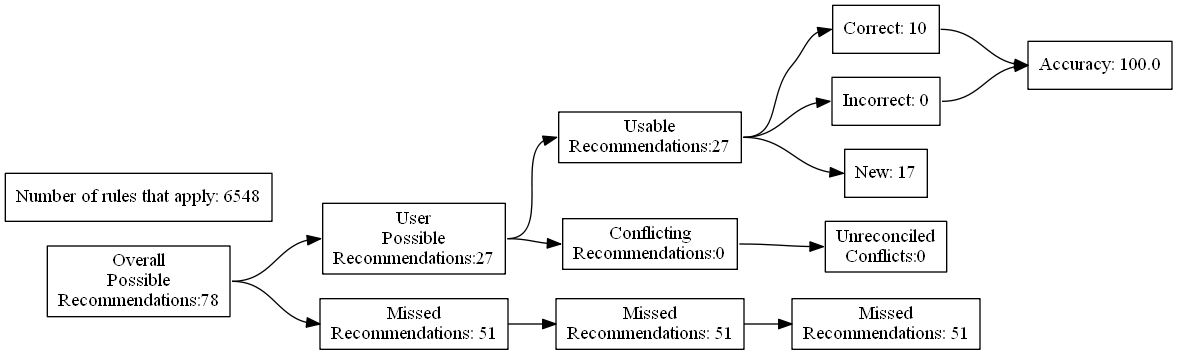
Above: test_renders/34.gv.png in ZaxR/ibd_diet_analysis (Graphviz), before the change. Its source is kept beside it as test_renders/34.gv.
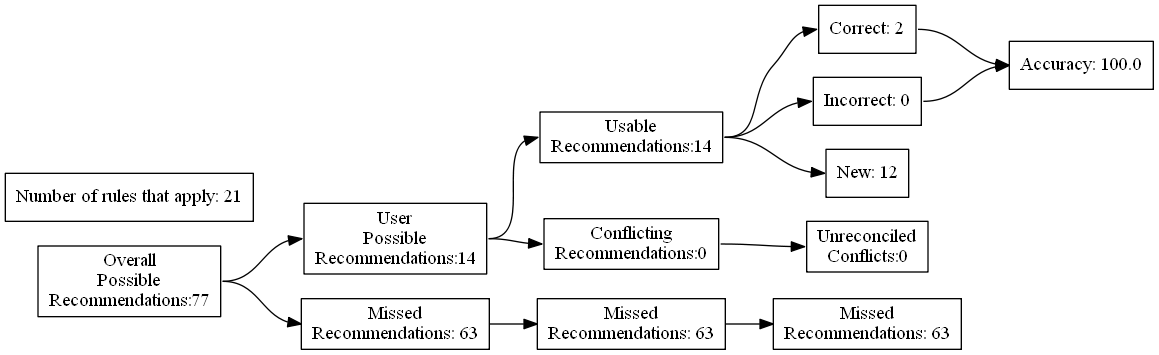
After the commit.

Change to the diagram source:
```diff
@@ -4,27 +4,27 @@
 	edge [headport=w tailport=e]
 		A [label="Overall
 Possible
-Recommendations:78"]
+Recommendations:77"]
 		B [label="User
 Possible
-Recommendations:27"]
+Recommendations:14"]
 		C [label="Missed
-Recommendations: 51"]
+Recommendations: 63"]
 		D [label="Usable
-Recommendations:27"]
+Recommendations:14"]
 		E [label="Conflicting
 Recommendations:0"]
 		J [label="Missed
-Recommendations: 51"]
+Recommendations: 63"]
 		M [label="Unreconciled
 Conflicts:0"]
-		F [label="Correct: 10"]
+		F [label="Correct: 2"]
 		G [label="Incorrect: 0"]
-		H [label="New: 17"]
+		H [label="New: 12"]
 		K [label="Missed
-Recommendations: 51"]
+Recommendations: 63"]
 		I [label="Accuracy: 100.0"]
-		l [label="Number of rules that apply: 6548"]
+		l [label="Number of rules that apply: 21"]
 			A -> B
 			A -> C
 			B -> D
```
